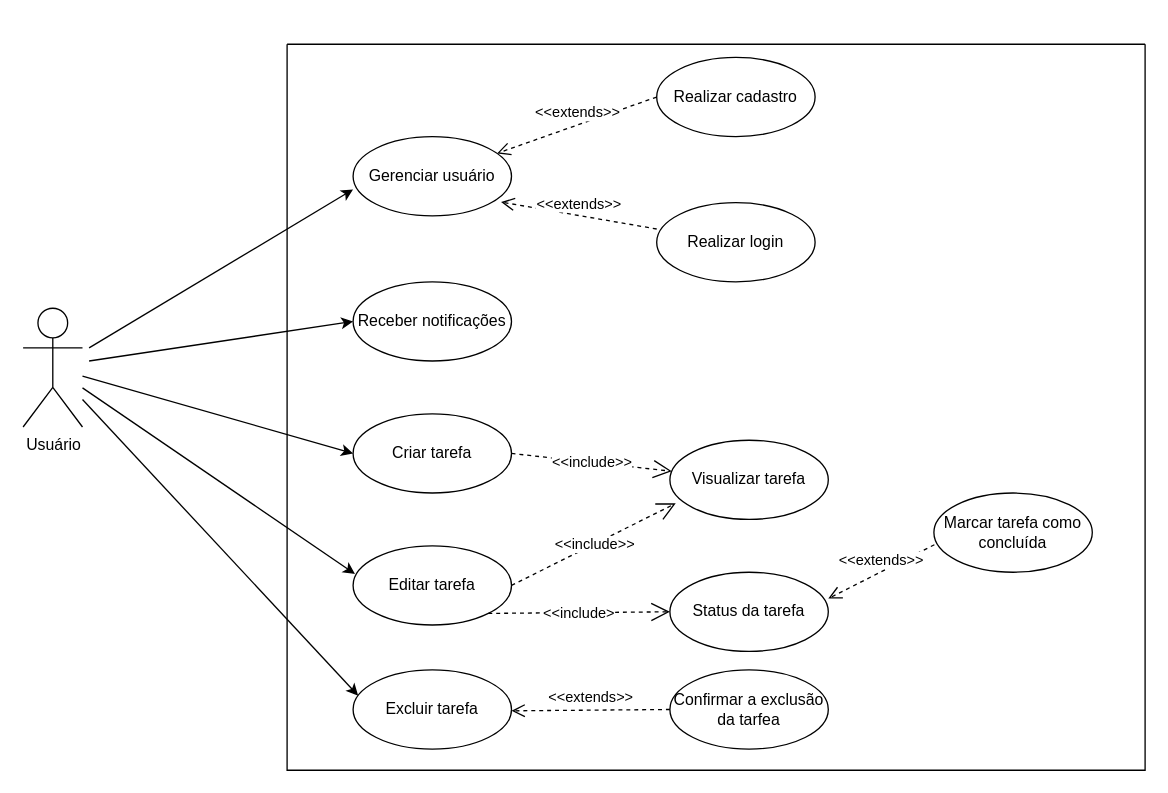
This is CasoUso_SGTP.drawio from SAMUKISZHSD/Draw.io, a draw.io file, before an edit. Source tidied: cells renumbered, new cells numbered last; positions are measured from the earlier drawing's top-left corner, leaving out a move shared by most shapes. Both pictures are drawn from the tidied source at 132%, with x=0, y=0 at pixel (22, 44).
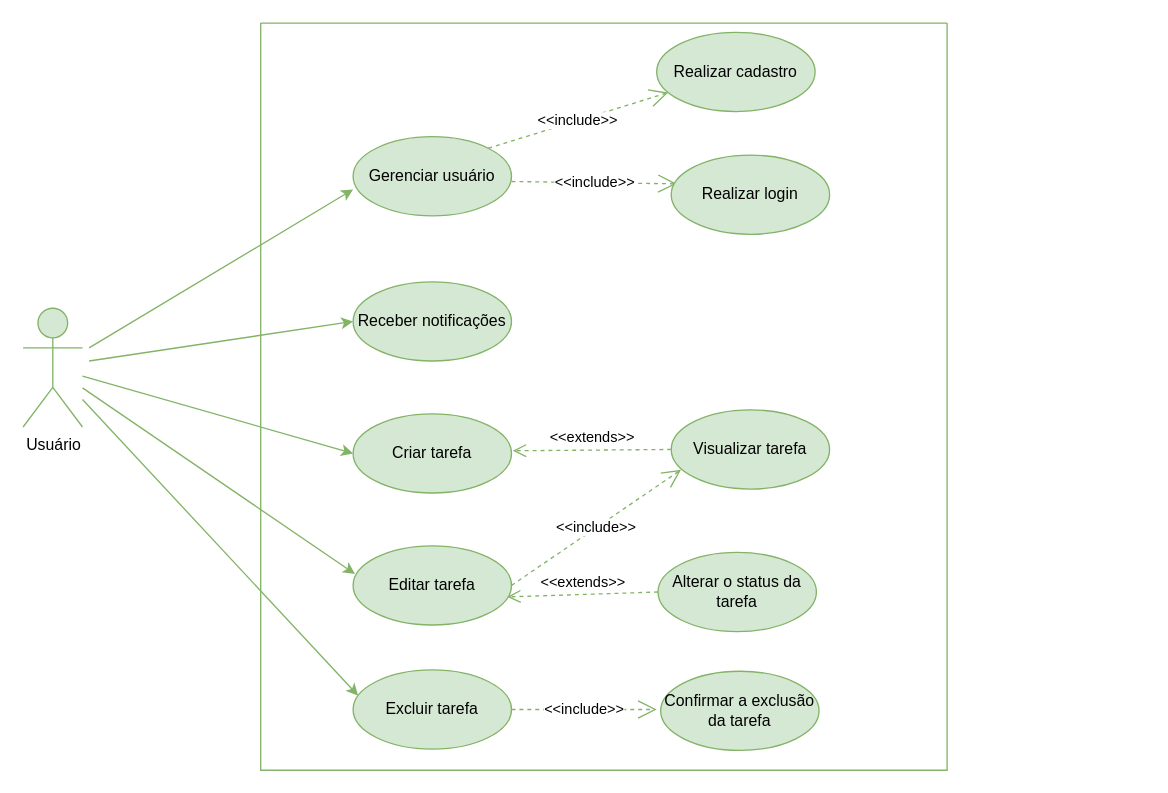
The same diagram, later.

Diff of the diagram source:
```diff
@@
-    <mxCell id="2" value="Usuário" style="shape=umlActor;verticalLabelPosition=bottom;verticalAlign=top;html=1;outlineConnect=0;" parent="1" vertex="1">
+    <mxCell id="2" value="Usuário" style="shape=umlActor;verticalLabelPosition=bottom;verticalAlign=top;html=1;outlineConnect=0;fillColor=#d5e8d4;strokeColor=#82b366;" parent="1" vertex="1">
       <mxGeometry y="200" width="45" height="90" as="geometry" />
     </mxCell>
-    <mxCell id="3" value="Gerenciar usuário" style="ellipse;whiteSpace=wrap;html=1;" parent="1" vertex="1">
+    <mxCell id="3" value="Gerenciar usuário" style="ellipse;whiteSpace=wrap;html=1;fillColor=#d5e8d4;strokeColor=#82b366;" parent="1" vertex="1">
       <mxGeometry x="250" y="70" width="120" height="60" as="geometry" />
     </mxCell>
-    <mxCell id="4" value="Realizar cadastro" style="ellipse;whiteSpace=wrap;html=1;" parent="1" vertex="1">
-      <mxGeometry x="480" y="10" width="120" height="60" as="geometry" />
+    <mxCell id="4" value="Realizar cadastro" style="ellipse;whiteSpace=wrap;html=1;fillColor=#d5e8d4;strokeColor=#82b366;" parent="1" vertex="1">
+      <mxGeometry x="480" y="-9" width="120" height="60" as="geometry" />
     </mxCell>
-    <mxCell id="5" value="Receber notificações" style="ellipse;whiteSpace=wrap;html=1;" parent="1" vertex="1">
+    <mxCell id="5" value="Receber notificações" style="ellipse;whiteSpace=wrap;html=1;fillColor=#d5e8d4;strokeColor=#82b366;" parent="1" vertex="1">
       <mxGeometry x="250" y="180" width="120" height="60" as="geometry" />
     </mxCell>
-    <mxCell id="6" value="Criar tarefa" style="ellipse;whiteSpace=wrap;html=1;" parent="1" vertex="1">
+    <mxCell id="6" value="Criar tarefa" style="ellipse;whiteSpace=wrap;html=1;fillColor=#d5e8d4;strokeColor=#82b366;" parent="1" vertex="1">
       <mxGeometry x="250" y="280" width="120" height="60" as="geometry" />
     </mxCell>
-    <mxCell id="7" style="endArrow=classic;html=1;rounded=0;entryX=0;entryY=0.667;entryDx=0;entryDy=0;entryPerimeter=0;" parent="1" edge="1" target="3">
+    <mxCell id="7" style="endArrow=classic;html=1;rounded=0;entryX=0;entryY=0.667;entryDx=0;entryDy=0;entryPerimeter=0;fillColor=#d5e8d4;strokeColor=#82b366;" parent="1" edge="1" target="3">
       <mxGeometry relative="1" as="geometry">
         <mxPoint x="50" y="230" as="sourcePoint" />
       </mxGeometry>
     </mxCell>
-    <mxCell id="8" style="endArrow=classic;html=1;rounded=0;entryX=0;entryY=0.5;entryDx=0;entryDy=0;" parent="1" edge="1" target="5">
+    <mxCell id="8" style="endArrow=classic;html=1;rounded=0;entryX=0;entryY=0.5;entryDx=0;entryDy=0;fillColor=#d5e8d4;strokeColor=#82b366;" parent="1" edge="1" target="5">
       <mxGeometry relative="1" as="geometry">
         <mxPoint x="50" y="240" as="sourcePoint" />
       </mxGeometry>
     </mxCell>
-    <mxCell id="9" style="endArrow=classic;html=1;rounded=0;entryX=0;entryY=0.5;entryDx=0;entryDy=0;" parent="1" edge="1" source="2" target="6">
+    <mxCell id="9" style="endArrow=classic;html=1;rounded=0;entryX=0;entryY=0.5;entryDx=0;entryDy=0;fillColor=#d5e8d4;strokeColor=#82b366;" parent="1" edge="1" source="2" target="6">
       <mxGeometry relative="1" as="geometry" />
     </mxCell>
-    <mxCell id="10" style="endArrow=classic;html=1;rounded=0;entryX=0.012;entryY=0.356;entryDx=0;entryDy=0;entryPerimeter=0;" parent="1" edge="1" source="2" target="12">
+    <mxCell id="10" style="endArrow=classic;html=1;rounded=0;entryX=0.012;entryY=0.356;entryDx=0;entryDy=0;entryPerimeter=0;fillColor=#d5e8d4;strokeColor=#82b366;" parent="1" edge="1" source="2" target="12">
       <mxGeometry relative="1" as="geometry" />
     </mxCell>
-    <mxCell id="11" value="Visualizar tarefa" style="ellipse;whiteSpace=wrap;html=1;" parent="1" vertex="1">
-      <mxGeometry x="490" y="300" width="120" height="60" as="geometry" />
-    </mxCell>
-    <mxCell id="12" value="Editar tarefa" style="ellipse;whiteSpace=wrap;html=1;" parent="1" vertex="1">
+    <mxCell id="12" value="Editar tarefa" style="ellipse;whiteSpace=wrap;html=1;fillColor=#d5e8d4;strokeColor=#82b366;" parent="1" vertex="1">
       <mxGeometry x="250" y="380" width="120" height="60" as="geometry" />
     </mxCell>
-    <mxCell id="13" value="Realizar login" style="ellipse;whiteSpace=wrap;html=1;" parent="1" vertex="1">
-      <mxGeometry x="480" y="120" width="120" height="60" as="geometry" />
-    </mxCell>
-    <mxCell id="14" value="&amp;lt;&amp;lt;extends&amp;gt;&amp;gt;" style="html=1;verticalAlign=bottom;endArrow=open;dashed=1;endSize=8;curved=0;rounded=0;exitX=0;exitY=0.5;exitDx=0;exitDy=0;" parent="1" edge="1" source="4" target="3">
-      <mxGeometry relative="1" as="geometry" />
-    </mxCell>
-    <mxCell id="15" value="&amp;lt;&amp;lt;extends&amp;gt;&amp;gt;" style="html=1;verticalAlign=bottom;endArrow=open;dashed=1;endSize=8;curved=0;rounded=0;exitX=0;exitY=0.333;exitDx=0;exitDy=0;exitPerimeter=0;entryX=0.934;entryY=0.826;entryDx=0;entryDy=0;entryPerimeter=0;" parent="1" edge="1" source="13" target="3">
-      <mxGeometry relative="1" as="geometry" />
-    </mxCell>
-    <mxCell id="16" value="&amp;lt;&amp;lt;include&amp;gt;&amp;gt;" style="endArrow=open;endSize=12;dashed=1;html=1;rounded=0;entryX=0.037;entryY=0.797;entryDx=0;entryDy=0;entryPerimeter=0;exitX=1;exitY=0.5;exitDx=0;exitDy=0;" parent="1" edge="1" source="12" target="11">
+    <mxCell id="16" value="&amp;lt;&amp;lt;include&amp;gt;&amp;gt;" style="endArrow=open;endSize=12;dashed=1;html=1;rounded=0;entryX=0.062;entryY=0.757;entryDx=0;entryDy=0;entryPerimeter=0;exitX=1;exitY=0.5;exitDx=0;exitDy=0;fillColor=#d5e8d4;strokeColor=#82b366;" parent="1" edge="1" source="12" target="11">
       <mxGeometry relative="1" as="geometry" />
     </mxCell>
-    <mxCell id="17" value="&amp;lt;&amp;lt;include&amp;gt;&amp;gt;" style="endArrow=open;endSize=12;dashed=1;html=1;rounded=0;exitX=1;exitY=0.5;exitDx=0;exitDy=0;" parent="1" edge="1" source="6" target="11">
-      <mxGeometry relative="1" as="geometry" />
-    </mxCell>
-    <mxCell id="18" value="Status da tarefa" style="ellipse;whiteSpace=wrap;html=1;" parent="1" vertex="1">
-      <mxGeometry x="490" y="400" width="120" height="60" as="geometry" />
-    </mxCell>
-    <mxCell id="19" value="&amp;lt;&amp;lt;include&amp;gt;" style="endArrow=open;endSize=12;dashed=1;html=1;rounded=0;exitX=1;exitY=1;exitDx=0;exitDy=0;entryX=0;entryY=0.5;entryDx=0;entryDy=0;" parent="1" edge="1" source="12" target="18">
-      <mxGeometry relative="1" as="geometry" />
-    </mxCell>
-    <mxCell id="20" value="Marcar tarefa como concluída" style="ellipse;whiteSpace=wrap;html=1;" parent="1" vertex="1">
-      <mxGeometry x="690" y="340" width="120" height="60" as="geometry" />
-    </mxCell>
-    <mxCell id="21" value="&amp;lt;&amp;lt;extends&amp;gt;&amp;gt;" style="html=1;verticalAlign=bottom;endArrow=open;dashed=1;endSize=8;curved=0;rounded=0;exitX=0.003;exitY=0.653;exitDx=0;exitDy=0;exitPerimeter=0;entryX=1;entryY=0.333;entryDx=0;entryDy=0;entryPerimeter=0;" parent="1" edge="1" source="20" target="18">
-      <mxGeometry relative="1" as="geometry" />
-    </mxCell>
-    <mxCell id="22" style="swimlane;startSize=0;" parent="1" vertex="1">
-      <mxGeometry x="200" width="650" height="550" as="geometry" />
+    <mxCell id="22" style="swimlane;startSize=0;fillColor=#d5e8d4;strokeColor=#82b366;" parent="1" vertex="1">
+      <mxGeometry x="180" y="-16" width="520" height="566" as="geometry" />
     </mxCell>
-    <mxCell id="23" value="Excluir tarefa" style="ellipse;whiteSpace=wrap;html=1;" parent="22" vertex="1">
-      <mxGeometry x="50" y="474" width="120" height="60" as="geometry" />
+    <mxCell id="23" value="Excluir tarefa" style="ellipse;whiteSpace=wrap;html=1;fillColor=#d5e8d4;strokeColor=#82b366;" parent="22" vertex="1">
+      <mxGeometry x="70" y="490" width="120" height="60" as="geometry" />
     </mxCell>
-    <mxCell id="24" value="Confirmar a exclusão da tarfea" style="ellipse;whiteSpace=wrap;html=1;" parent="22" vertex="1">
-      <mxGeometry x="290" y="474" width="120" height="60" as="geometry" />
-    </mxCell>
-    <mxCell id="25" value="&amp;lt;&amp;lt;extends&amp;gt;&amp;gt;" style="html=1;verticalAlign=bottom;endArrow=open;dashed=1;endSize=8;curved=0;rounded=0;exitX=0;exitY=0.5;exitDx=0;exitDy=0;entryX=1;entryY=0.333;entryDx=0;entryDy=0;entryPerimeter=0;" parent="22" edge="1" source="24">
-      <mxGeometry relative="1" as="geometry">
-        <mxPoint x="170" y="505" as="targetPoint" />
-      </mxGeometry>
-    </mxCell>
+    <mxCell id="18" value="Alterar o status da tarefa" style="ellipse;whiteSpace=wrap;html=1;fillColor=#d5e8d4;strokeColor=#82b366;" parent="22" vertex="1">
+      <mxGeometry x="301" y="401" width="120" height="60" as="geometry" />
+    </mxCell>
+    <mxCell id="27" value="&amp;lt;&amp;lt;extends&amp;gt;&amp;gt;" style="html=1;verticalAlign=bottom;endArrow=open;dashed=1;endSize=8;curved=0;rounded=0;exitX=0;exitY=0.5;exitDx=0;exitDy=0;fillColor=#d5e8d4;strokeColor=#82b366;" parent="22" edge="1" source="18">
+      <mxGeometry relative="1" as="geometry">
+        <mxPoint x="186.8" y="434.7" as="targetPoint" />
+      </mxGeometry>
+    </mxCell>
+    <mxCell id="28" value="&amp;lt;&amp;lt;extends&amp;gt;&amp;gt;" style="html=1;verticalAlign=bottom;endArrow=open;dashed=1;endSize=8;curved=0;rounded=0;exitX=0;exitY=0.5;exitDx=0;exitDy=0;entryX=1;entryY=0.333;entryDx=0;entryDy=0;entryPerimeter=0;fillColor=#d5e8d4;strokeColor=#82b366;" parent="22" edge="1">
+      <mxGeometry relative="1" as="geometry">
+        <mxPoint x="311" y="323" as="sourcePoint" />
+        <mxPoint x="191" y="324" as="targetPoint" />
+      </mxGeometry>
+    </mxCell>
+    <mxCell id="11" value="Visualizar tarefa" style="ellipse;whiteSpace=wrap;html=1;fillColor=#d5e8d4;strokeColor=#82b366;" parent="22" vertex="1">
+      <mxGeometry x="311" y="293" width="120" height="60" as="geometry" />
+    </mxCell>
+    <mxCell id="29" value="&amp;lt;&amp;lt;include&amp;gt;&amp;gt;" style="endArrow=open;endSize=12;dashed=1;html=1;rounded=0;exitX=1;exitY=0.5;exitDx=0;exitDy=0;fillColor=#d5e8d4;strokeColor=#82b366;" parent="22" edge="1">
+      <mxGeometry relative="1" as="geometry">
+        <mxPoint x="190" y="520" as="sourcePoint" />
+        <mxPoint x="300" y="520" as="targetPoint" />
+      </mxGeometry>
+    </mxCell>
+    <mxCell id="30" value="&amp;lt;&amp;lt;include&amp;gt;&amp;gt;" style="endArrow=open;endSize=12;dashed=1;html=1;rounded=0;entryX=0.035;entryY=0.363;entryDx=0;entryDy=0;entryPerimeter=0;exitX=1;exitY=0.5;exitDx=0;exitDy=0;fillColor=#d5e8d4;strokeColor=#82b366;" parent="22" edge="1" target="13">
+      <mxGeometry relative="1" as="geometry">
+        <mxPoint x="190" y="120" as="sourcePoint" />
+      </mxGeometry>
+    </mxCell>
+    <mxCell id="13" value="Realizar login" style="ellipse;whiteSpace=wrap;html=1;fillColor=#d5e8d4;strokeColor=#82b366;" parent="22" vertex="1">
+      <mxGeometry x="311" y="100" width="120" height="60" as="geometry" />
+    </mxCell>
+    <mxCell id="31" value="Confirmar a exclusão da tarefa" style="ellipse;whiteSpace=wrap;html=1;fillColor=#d5e8d4;strokeColor=#82b366;" parent="22" vertex="1">
+      <mxGeometry x="303" y="491" width="120" height="60" as="geometry" />
+    </mxCell>
-    <mxCell id="26" style="endArrow=classic;html=1;rounded=0;entryX=0.032;entryY=0.325;entryDx=0;entryDy=0;entryPerimeter=0;" parent="1" edge="1" source="2" target="23">
+    <mxCell id="26" style="endArrow=classic;html=1;rounded=0;entryX=0.032;entryY=0.325;entryDx=0;entryDy=0;entryPerimeter=0;fillColor=#d5e8d4;strokeColor=#82b366;" parent="1" edge="1" source="2" target="23">
       <mxGeometry relative="1" as="geometry" />
     </mxCell>
+    <mxCell id="32" value="&amp;lt;&amp;lt;include&amp;gt;&amp;gt;" style="endArrow=open;endSize=12;dashed=1;html=1;rounded=0;exitX=1;exitY=0;exitDx=0;exitDy=0;fillColor=#d5e8d4;strokeColor=#82b366;" parent="1" edge="1" source="3" target="4">
+      <mxGeometry relative="1" as="geometry" />
+    </mxCell>
```
